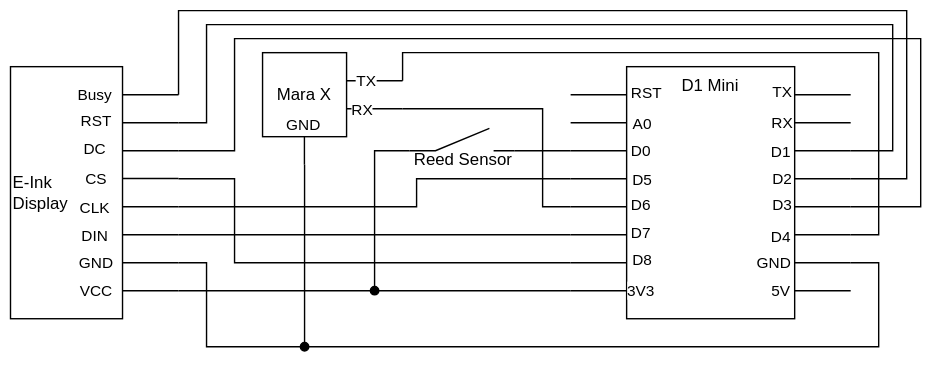
The draw.io diagram documentation/mara-x-meter.svg in Jerey/mara-x-meter, before a commit. Source tidied: cells renumbered, new cells last; positions are measured from the earlier drawing's top-left corner, leaving out a move shared by most shapes.
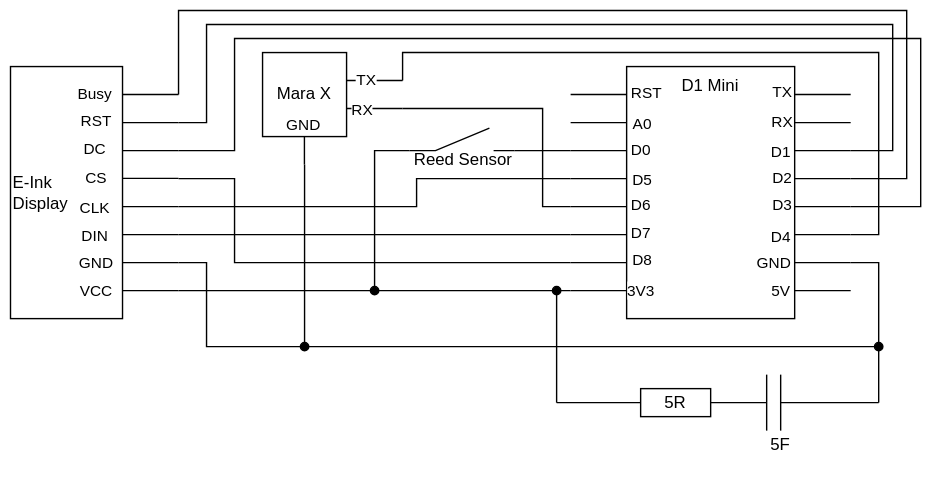
After the commit.

Diff of the diagram source:
```diff
@@ -426,5 +426,51 @@
         </Array>
       </mxGeometry>
     </mxCell>
+    <mxCell id="73" style="endArrow=oval;html=1;endFill=1;" parent="1" edge="1">
+      <mxGeometry relative="1" as="geometry">
+        <mxPoint x="390" y="280" as="sourcePoint" />
+        <mxPoint x="390" y="200" as="targetPoint" />
+      </mxGeometry>
+    </mxCell>
+    <mxCell id="74" style="endArrow=none;html=1;" parent="1" edge="1" target="75">
+      <mxGeometry relative="1" as="geometry">
+        <mxPoint x="390" y="280" as="sourcePoint" />
+      </mxGeometry>
+    </mxCell>
+    <mxCell id="75" value="5R" style="rounded=0;whiteSpace=wrap;html=1;" parent="1" vertex="1">
+      <mxGeometry x="450" y="270" width="50" height="20" as="geometry" />
+    </mxCell>
+    <mxCell id="76" style="endArrow=none;html=1;entryX=1;entryY=0.5;entryDx=0;entryDy=0;" parent="1" edge="1" target="75">
+      <mxGeometry relative="1" as="geometry">
+        <mxPoint x="540" y="280" as="sourcePoint" />
+      </mxGeometry>
+    </mxCell>
+    <mxCell id="77" style="endArrow=none;html=1;" parent="1" edge="1">
+      <mxGeometry relative="1" as="geometry">
+        <mxPoint x="540" y="300" as="sourcePoint" />
+        <mxPoint x="540" y="260" as="targetPoint" />
+      </mxGeometry>
+    </mxCell>
+    <mxCell id="78" style="endArrow=none;html=1;" parent="1" edge="1">
+      <mxGeometry relative="1" as="geometry">
+        <mxPoint x="550" y="300" as="sourcePoint" />
+        <mxPoint x="550" y="260" as="targetPoint" />
+      </mxGeometry>
+    </mxCell>
+    <mxCell id="79" style="endArrow=none;html=1;" parent="1" edge="1">
+      <mxGeometry relative="1" as="geometry">
+        <mxPoint x="550" y="280" as="sourcePoint" />
+        <mxPoint x="620" y="280" as="targetPoint" />
+      </mxGeometry>
+    </mxCell>
+    <mxCell id="80" style="endArrow=oval;html=1;endFill=1;" parent="1" edge="1">
+      <mxGeometry relative="1" as="geometry">
+        <mxPoint x="620" y="280" as="sourcePoint" />
+        <mxPoint x="620" y="240" as="targetPoint" />
+      </mxGeometry>
+    </mxCell>
+    <mxCell id="81" value="5F" style="text;html=1;strokeColor=none;fillColor=none;align=center;verticalAlign=middle;whiteSpace=wrap;rounded=0;" parent="1" vertex="1">
+      <mxGeometry x="530" y="300" width="40" height="20" as="geometry" />
+    </mxCell>
   </root>
 </mxGraphModel>
```
